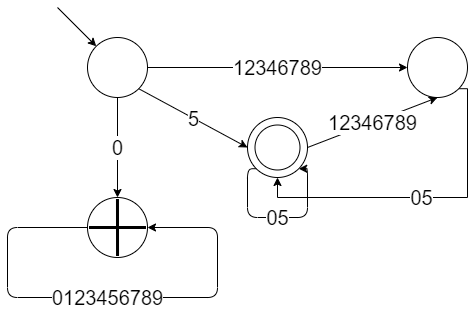
kajigor/fl-2021-hse-win keeps this draw.io diagram as 1task.png. Above is the earlier version. Source tidied: cells renumbered, new cells last; positions are measured from the earlier drawing's top-left corner, leaving out a move shared by most shapes. Source of this version:
```xml
<mxGraphModel>
  <root>
    <mxCell id="0" />
    <mxCell id="1" parent="0" />
    <mxCell id="2" value="&lt;font style=&quot;font-size: 20px&quot;&gt;0&lt;/font&gt;" style="edgeStyle=orthogonalEdgeStyle;rounded=0;jettySize=auto;html=1;strokeWidth=1;" parent="1" edge="1" source="3" target="4">
      <mxGeometry relative="1" as="geometry" />
    </mxCell>
    <mxCell id="3" style="ellipse;whiteSpace=wrap;html=1;" parent="1" vertex="1">
      <mxGeometry x="80" y="30" width="60" height="60" as="geometry" />
    </mxCell>
    <mxCell id="4" style="ellipse;whiteSpace=wrap;html=1;" parent="1" vertex="1">
      <mxGeometry x="80" y="190" width="60" height="60" as="geometry" />
    </mxCell>
    <mxCell id="5" style="ellipse;whiteSpace=wrap;html=1;" parent="1" vertex="1">
      <mxGeometry x="240" y="110" width="60" height="60" as="geometry" />
    </mxCell>
    <mxCell id="6" value="&lt;font style=&quot;font-size: 20px&quot;&gt;0&lt;/font&gt;&lt;font style=&quot;font-size: 20px&quot;&gt;5&lt;/font&gt;" style="edgeStyle=orthogonalEdgeStyle;rounded=0;jettySize=auto;html=1;exitX=1;exitY=1;exitDx=0;exitDy=0;entryX=0.5;entryY=1;entryDx=0;entryDy=0;strokeWidth=1;" parent="1" edge="1" source="7" target="5">
      <mxGeometry relative="1" as="geometry">
        <Array as="points">
          <mxPoint x="460" y="81" />
          <mxPoint x="460" y="190" />
          <mxPoint x="270" y="190" />
        </Array>
      </mxGeometry>
    </mxCell>
    <mxCell id="7" style="ellipse;whiteSpace=wrap;html=1;" parent="1" vertex="1">
      <mxGeometry x="400" y="30" width="60" height="60" as="geometry" />
    </mxCell>
    <mxCell id="8" value="&lt;font style=&quot;font-size: 20px&quot;&gt;1&lt;/font&gt;&lt;span style=&quot;font-size: 20px&quot;&gt;2346789&lt;/span&gt;" style="endArrow=classic;html=1;strokeWidth=1;exitX=1;exitY=0.5;exitDx=0;exitDy=0;entryX=0;entryY=0.5;entryDx=0;entryDy=0;" parent="1" edge="1" source="3" target="7">
      <mxGeometry relative="1" as="geometry" />
    </mxCell>
    <mxCell id="9" value="&lt;font style=&quot;font-size: 20px&quot;&gt;5&lt;/font&gt;" style="endArrow=classic;html=1;strokeWidth=1;exitX=1;exitY=1;exitDx=0;exitDy=0;entryX=0;entryY=0.5;entryDx=0;entryDy=0;" parent="1" edge="1" source="3" target="5">
      <mxGeometry relative="1" as="geometry" />
    </mxCell>
    <mxCell id="10" style="endArrow=classic;html=1;strokeWidth=1;entryX=0;entryY=0;entryDx=0;entryDy=0;" parent="1" edge="1" target="3">
      <mxGeometry relative="1" as="geometry">
        <mxPoint x="50" as="sourcePoint" />
      </mxGeometry>
    </mxCell>
    <mxCell id="11" value="&lt;font style=&quot;font-size: 20px&quot;&gt;1&lt;/font&gt;&lt;span style=&quot;font-size: 20px&quot;&gt;2346789&lt;/span&gt;" style="endArrow=classic;html=1;strokeWidth=1;exitX=1;exitY=0.5;exitDx=0;exitDy=0;entryX=0.5;entryY=1;entryDx=0;entryDy=0;" parent="1" edge="1" source="5" target="7">
      <mxGeometry relative="1" as="geometry" />
    </mxCell>
    <mxCell id="12" value="&lt;font style=&quot;font-size: 20px&quot;&gt;0&lt;/font&gt;&lt;font style=&quot;font-size: 20px&quot;&gt;5&lt;/font&gt;" style="edgeStyle=segmentEdgeStyle;endArrow=classic;html=1;strokeWidth=1;exitX=0;exitY=1;exitDx=0;exitDy=0;entryX=1;entryY=1;entryDx=0;entryDy=0;" parent="1" edge="1" source="5" target="5">
      <mxGeometry relative="1" as="geometry">
        <Array as="points">
          <mxPoint x="240" y="161" />
          <mxPoint x="240" y="210" />
          <mxPoint x="300" y="210" />
          <mxPoint x="300" y="161" />
        </Array>
      </mxGeometry>
    </mxCell>
    <mxCell id="13" style="ellipse;whiteSpace=wrap;html=1;" parent="1" vertex="1">
      <mxGeometry x="247.5" y="117.5" width="45" height="45" as="geometry" />
    </mxCell>
    <mxCell id="14" value="&lt;span style=&quot;font-size: 20px&quot;&gt;0123456789&lt;/span&gt;" style="edgeStyle=segmentEdgeStyle;endArrow=classic;html=1;strokeWidth=1;exitX=0;exitY=0.5;exitDx=0;exitDy=0;entryX=1;entryY=0.5;entryDx=0;entryDy=0;" parent="1" edge="1" source="4" target="4">
      <mxGeometry relative="1" as="geometry">
        <Array as="points">
          <mxPoint y="220" />
          <mxPoint y="290" />
          <mxPoint x="210" y="290" />
          <mxPoint x="210" y="220" />
        </Array>
      </mxGeometry>
    </mxCell>
    <mxCell id="15" style="shape=umlDestroy;whiteSpace=wrap;html=1;strokeWidth=3;rotation=45;" parent="1" vertex="1">
      <mxGeometry x="89.8" y="199.9" width="40.3" height="40.2" as="geometry" />
    </mxCell>
  </root>
</mxGraphModel>
```
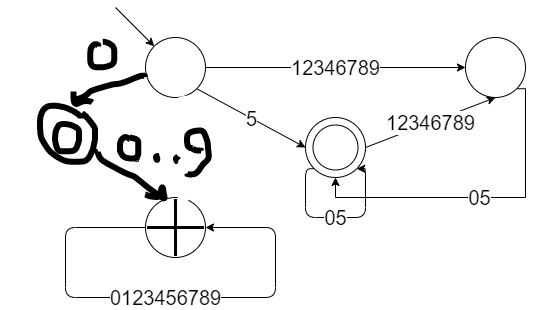
The same file after the commit.

The edit, as a diff of the source:
```diff
@@ -1,9 +1,14 @@
-<mxGraphModel>
+<mxGraphModel background="#ffffff">
   <root>
     <mxCell id="0" />
     <mxCell id="1" parent="0" />
     <mxCell id="2" value="&lt;font style=&quot;font-size: 20px&quot;&gt;0&lt;/font&gt;" style="edgeStyle=orthogonalEdgeStyle;rounded=0;jettySize=auto;html=1;strokeWidth=1;" parent="1" edge="1" source="3" target="4">
-      <mxGeometry relative="1" as="geometry" />
+      <mxGeometry relative="1" as="geometry">
+        <Array as="points">
+          <mxPoint x="120" y="140" />
+          <mxPoint x="120" y="140" />
+        </Array>
+      </mxGeometry>
     </mxCell>
     <mxCell id="3" style="ellipse;whiteSpace=wrap;html=1;" parent="1" vertex="1">
       <mxGeometry x="80" y="30" width="60" height="60" as="geometry" />
@@ -66,5 +71,47 @@
     <mxCell id="15" style="shape=umlDestroy;whiteSpace=wrap;html=1;strokeWidth=3;rotation=45;" parent="1" vertex="1">
       <mxGeometry x="89.8" y="199.9" width="40.3" height="40.2" as="geometry" />
     </mxCell>
+    <mxCell id="16" style="shape=(stored shape, 1508 characters);" parent="1" vertex="1">
+      <mxGeometry x="-36" y="104.5" width="163.9" height="80.1" as="geometry" />
+    </mxCell>
+    <mxCell id="17" style="shape=(stored shape, 776 characters);fillColor=none;strokeWidth=18;strokeColor=#FFFFFF;" parent="1" vertex="1">
+      <mxGeometry x="106.9" y="119.1" width="25.5" height="54.2" as="geometry" />
+    </mxCell>
+    <mxCell id="18" style="shape=(stored shape, 844 characters);fillColor=none;strokeColor=#FFFFFF;strokeWidth=18;" parent="1" vertex="1">
+      <mxGeometry x="116.9" y="95.8" width="9.5" height="92.8" as="geometry" />
+    </mxCell>
+    <mxCell id="19" style="shape=(stored shape, 3720 characters);fillColor=none;strokeColor=#FFFFFF;strokeWidth=18;" parent="1" vertex="1">
+      <mxGeometry x="-56.2" y="98.2" width="163.1" height="124.4" as="geometry" />
+    </mxCell>
+    <mxCell id="20" style="shape=(stored shape, 1176 characters);fillColor=none;strokeColor=#000000;strokeWidth=6;" parent="1" vertex="1">
+      <mxGeometry x="8" y="68.3" width="71.2" height="28.1" as="geometry" />
+    </mxCell>
+    <mxCell id="21" style="shape=(stored shape, 872 characters);fillColor=none;strokeColor=#000000;strokeWidth=6;" parent="1" vertex="1">
+      <mxGeometry x="24.8" y="34.2" width="24" height="25.6" as="geometry" />
+    </mxCell>
+    <mxCell id="22" style="shape=(stored shape, 1464 characters);fillColor=none;strokeColor=#000000;strokeWidth=6;" parent="1" vertex="1">
+      <mxGeometry x="-25.6" y="98.2" width="55.2" height="56" as="geometry" />
+    </mxCell>
+    <mxCell id="23" style="shape=(stored shape, 976 characters);fillColor=none;strokeColor=#000000;strokeWidth=6;" parent="1" vertex="1">
+      <mxGeometry x="-10.4" y="116.6" width="24" height="27.2" as="geometry" />
+    </mxCell>
+    <mxCell id="24" style="shape=(stored shape, 1176 characters);fillColor=none;strokeColor=#000000;strokeWidth=6;" parent="1" vertex="1">
+      <mxGeometry x="32.2" y="143.8" width="66.7" height="47.1" as="geometry" />
+    </mxCell>
+    <mxCell id="25" style="shape=(stored shape, 964 characters);fillColor=none;strokeColor=#000000;strokeWidth=6;" parent="1" vertex="1">
+      <mxGeometry x="54.4" y="129.6" width="18.4" height="21.4" as="geometry" />
+    </mxCell>
+    <mxCell id="26" style="shape=(stored shape, 352 characters);fillColor=none;strokeColor=#000000;strokeWidth=6;" parent="1" vertex="1">
+      <mxGeometry x="90.4" y="148.9" width="1.4" height="3.4" as="geometry" />
+    </mxCell>
+    <mxCell id="27" style="shape=(stored shape, 336 characters);fillColor=none;strokeColor=#000000;strokeWidth=6;" parent="1" vertex="1">
+      <mxGeometry x="110.5" y="150.7" width="2.7" height="2.7" as="geometry" />
+    </mxCell>
+    <mxCell id="28" style="shape=(stored shape, 1100 characters);fillColor=none;strokeColor=#000000;strokeWidth=6;" parent="1" vertex="1">
+      <mxGeometry x="121.6" y="123" width="21.6" height="44" as="geometry" />
+    </mxCell>
+    <mxCell id="29" style="shape=(stored shape, 336 characters);fillColor=none;strokeColor=#000000;strokeWidth=6;" parent="1" vertex="1">
+      <mxGeometry x="126.8" y="140.6" width="9.2" height="3.2" as="geometry" />
+    </mxCell>
   </root>
 </mxGraphModel>
```
